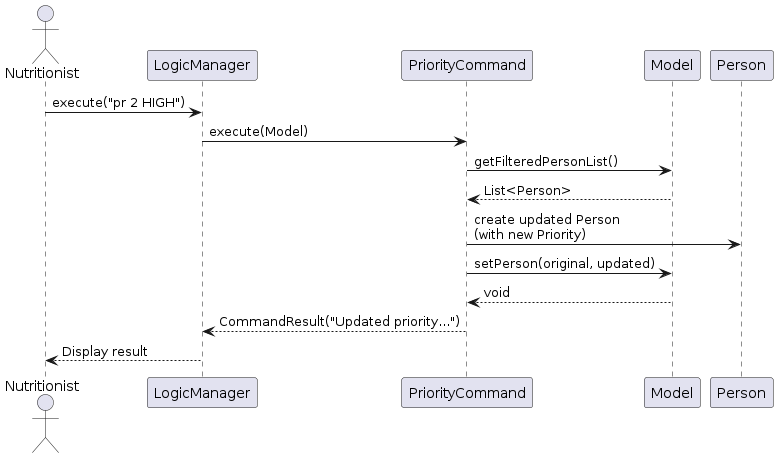
Above: diagrams/priority-command/PriorityCommandSequenceDiagram.png in NoahKoh/tp (PlantUML), before the change. Its source is kept beside it as diagrams/priority-command/PriorityCommandSequenceDiagram.puml. Source of this version:
```plantuml
@startuml
actor Nutritionist
participant "LogicManager" as Logic
participant "PriorityCommand" as Command
participant "Model" as Model
participant "Person" as Person

Nutritionist -> Logic : execute("pr 2 HIGH")
Logic -> Command : execute(Model)

Command -> Model : getFilteredPersonList()
Model --> Command : List<Person>

Command -> Person : create updated Person\n(with new Priority)
Command -> Model : setPerson(original, updated)
Model --> Command : void

Command --> Logic : CommandResult("Updated priority...")
Logic --> Nutritionist : Display result
@enduml
```
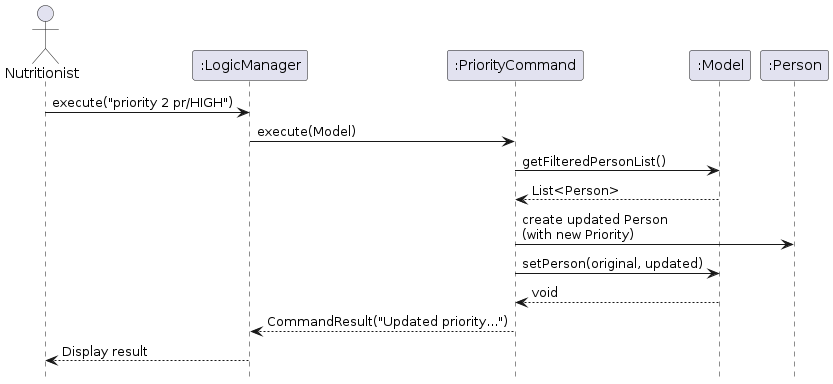
Above is the later version.

Change to the diagram source:
```diff
@@ -1,11 +1,11 @@
 @startuml
 actor Nutritionist
-participant "LogicManager" as Logic
-participant "PriorityCommand" as Command
-participant "Model" as Model
-participant "Person" as Person
+participant ":LogicManager" as Logic
+participant ":PriorityCommand" as Command
+participant ":Model" as Model
+participant ":Person" as Person
 
-Nutritionist -> Logic : execute("pr 2 HIGH")
+Nutritionist -> Logic : execute("priority 2 pr/HIGH")
 Logic -> Command : execute(Model)
 
 Command -> Model : getFilteredPersonList()
@@ -17,4 +17,6 @@
 
 Command --> Logic : CommandResult("Updated priority...")
 Logic --> Nutritionist : Display result
+
+hide footbox
 @enduml
```
